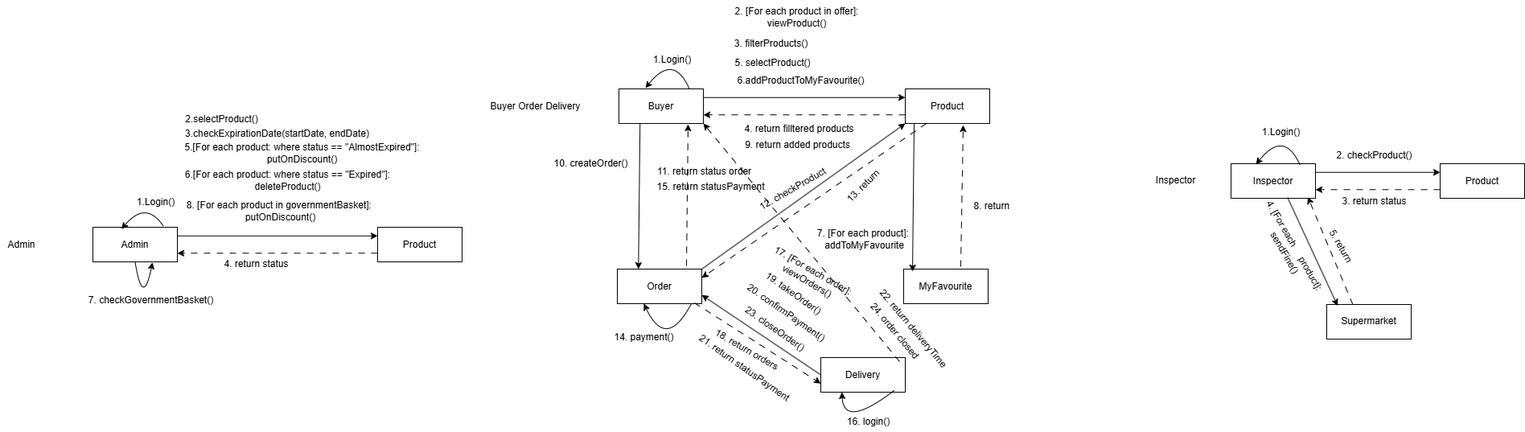
This is Seminarska/CollaborationDiagram.drawio.png from BorjanCFC/ADIS, a draw.io export, as it was before one commit. Source tidied: cells renumbered, new cells last; positions are measured from the earlier drawing's top-left corner, leaving out a move shared by most shapes.
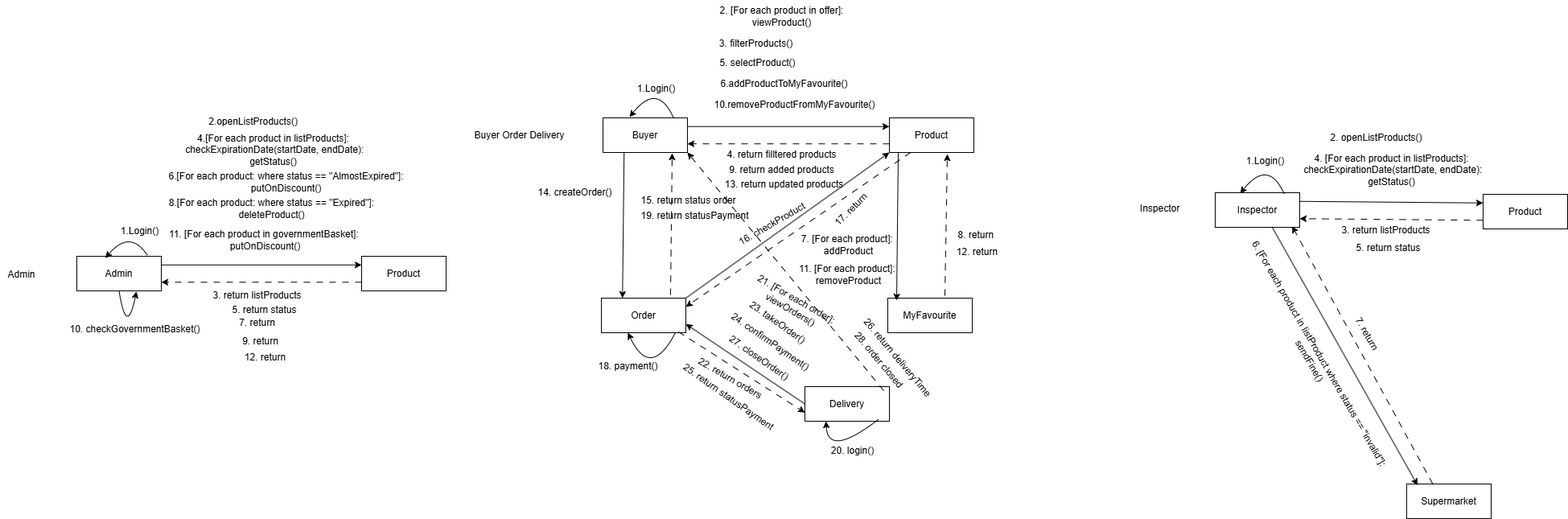
Above is the later version.

What changed in the source:
```diff
@@ -5,3 +5,3 @@
     <mxCell id="2" value="Admin" style="text;html=1;align=center;verticalAlign=middle;strokeColor=none;fillColor=none;" parent="1" vertex="1">
-      <mxGeometry y="290.5" width="52" height="26" as="geometry" />
+      <mxGeometry x="20" y="292" width="52" height="26" as="geometry" />
     </mxCell>
@@ -26,9 +26,9 @@
     </mxCell>
-    <mxCell id="8" value="2.selectProduct()" style="text;html=1;align=center;verticalAlign=middle;strokeColor=none;fillColor=none;" parent="1" vertex="1">
-      <mxGeometry x="220" y="135" width="109" height="26" as="geometry" />
+    <mxCell id="8" value="2.&lt;span style=&quot;color: rgb(0, 0, 0);&quot;&gt;openListProducts()&lt;/span&gt;" style="text;html=1;align=center;verticalAlign=middle;strokeColor=none;fillColor=none;" parent="1" vertex="1">
+      <mxGeometry x="269" y="102" width="129" height="26" as="geometry" />
     </mxCell>
-    <mxCell id="9" value="3.checkExpirationDate(startDate, endDate)" style="text;html=1;align=center;verticalAlign=middle;strokeColor=none;fillColor=none;" parent="1" vertex="1">
-      <mxGeometry x="220" y="153" width="247" height="26" as="geometry" />
+    <mxCell id="9" value="4.&lt;span style=&quot;color: rgb(0, 0, 0);&quot;&gt;[For each&amp;nbsp;&lt;/span&gt;&lt;span style=&quot;color: rgb(0, 0, 0);&quot;&gt;product in listProducts]:&lt;/span&gt;&lt;br&gt;&lt;span style=&quot;color: rgb(0, 0, 0);&quot;&gt;&amp;nbsp;&lt;/span&gt;&lt;span style=&quot;color: rgb(0, 0, 0);&quot;&gt;checkExpirationDate(startDate, endDate):&lt;/span&gt;&lt;div&gt;getStatus()&lt;/div&gt;" style="text;html=1;align=center;verticalAlign=middle;strokeColor=none;fillColor=none;" parent="1" vertex="1">
+      <mxGeometry x="237" y="122" width="243" height="55" as="geometry" />
     </mxCell>
-    <mxCell id="10" value="5.&lt;span style=&quot;color: rgb(0, 0, 0);&quot;&gt;[For each&amp;nbsp;&lt;/span&gt;&lt;span style=&quot;color: rgb(0, 0, 0);&quot;&gt;product: where status == &quot;AlmostExpired&quot;]:&lt;/span&gt;&lt;div&gt;&lt;span style=&quot;color: rgb(0, 0, 0);&quot;&gt;putOnDiscount()&lt;/span&gt;&lt;/div&gt;" style="text;html=1;align=center;verticalAlign=middle;strokeColor=none;fillColor=none;" parent="1" vertex="1">
+    <mxCell id="10" value="6.&lt;span style=&quot;color: rgb(0, 0, 0);&quot;&gt;[For each&amp;nbsp;&lt;/span&gt;&lt;span style=&quot;color: rgb(0, 0, 0);&quot;&gt;product: where status == &quot;AlmostExpired&quot;]:&lt;/span&gt;&lt;div&gt;&lt;span style=&quot;color: rgb(0, 0, 0);&quot;&gt;putOnDiscount()&lt;/span&gt;&lt;/div&gt;" style="text;html=1;align=center;verticalAlign=middle;strokeColor=none;fillColor=none;" parent="1" vertex="1">
       <mxGeometry x="220" y="169" width="310" height="41" as="geometry" />
@@ -38,6 +38,6 @@
     </mxCell>
-    <mxCell id="12" value="4. return status" style="text;html=1;align=center;verticalAlign=middle;strokeColor=none;fillColor=none;" parent="1" vertex="1">
-      <mxGeometry x="269" y="315" width="98" height="26" as="geometry" />
+    <mxCell id="12" value="5. return status" style="text;html=1;align=center;verticalAlign=middle;strokeColor=none;fillColor=none;" parent="1" vertex="1">
+      <mxGeometry x="298.5" y="336" width="98" height="26" as="geometry" />
     </mxCell>
-    <mxCell id="13" value="6.&lt;span style=&quot;color: rgb(0, 0, 0);&quot;&gt;[For each&amp;nbsp;&lt;/span&gt;&lt;span style=&quot;color: rgb(0, 0, 0);&quot;&gt;product: where status == &quot;Expired&quot;]:&lt;/span&gt;&lt;div&gt;&lt;span style=&quot;color: rgb(0, 0, 0);&quot;&gt;deleteProduct()&lt;/span&gt;&lt;/div&gt;" style="text;html=1;align=center;verticalAlign=middle;strokeColor=none;fillColor=none;" parent="1" vertex="1">
+    <mxCell id="13" value="8.&lt;span style=&quot;color: rgb(0, 0, 0);&quot;&gt;[For each&amp;nbsp;&lt;/span&gt;&lt;span style=&quot;color: rgb(0, 0, 0);&quot;&gt;product: where status == &quot;Expired&quot;]:&lt;/span&gt;&lt;div&gt;&lt;span style=&quot;color: rgb(0, 0, 0);&quot;&gt;deleteProduct()&lt;/span&gt;&lt;/div&gt;" style="text;html=1;align=center;verticalAlign=middle;strokeColor=none;fillColor=none;" parent="1" vertex="1">
       <mxGeometry x="220" y="203" width="273" height="41" as="geometry" />
@@ -51,7 +51,7 @@
     </mxCell>
-    <mxCell id="15" value="7. checkGovernmentBasket()" style="text;html=1;align=center;verticalAlign=middle;strokeColor=none;fillColor=none;" parent="1" vertex="1">
-      <mxGeometry x="100" y="360" width="173" height="26" as="geometry" />
+    <mxCell id="15" value="10. checkGovernmentBasket()" style="text;html=1;align=center;verticalAlign=middle;strokeColor=none;fillColor=none;" parent="1" vertex="1">
+      <mxGeometry x="97" y="360" width="180" height="26" as="geometry" />
     </mxCell>
-    <mxCell id="16" value="8.&amp;nbsp;&lt;span style=&quot;color: rgb(0, 0, 0);&quot;&gt;[For each&amp;nbsp;&lt;/span&gt;&lt;span style=&quot;color: rgb(0, 0, 0);&quot;&gt;product in governmentBasket]:&amp;nbsp;&lt;/span&gt;&lt;div&gt;&lt;span style=&quot;color: rgb(0, 0, 0);&quot;&gt;putOnDiscount()&lt;/span&gt;&lt;/div&gt;" style="text;html=1;align=center;verticalAlign=middle;strokeColor=none;fillColor=none;" parent="1" vertex="1">
-      <mxGeometry x="222" y="241" width="251" height="41" as="geometry" />
+    <mxCell id="16" value="11.&amp;nbsp;&lt;span style=&quot;color: rgb(0, 0, 0);&quot;&gt;[For each&amp;nbsp;&lt;/span&gt;&lt;span style=&quot;color: rgb(0, 0, 0);&quot;&gt;product in governmentBasket]:&amp;nbsp;&lt;/span&gt;&lt;div&gt;&lt;span style=&quot;color: rgb(0, 0, 0);&quot;&gt;putOnDiscount()&lt;/span&gt;&lt;/div&gt;" style="text;html=1;align=center;verticalAlign=middle;strokeColor=none;fillColor=none;" parent="1" vertex="1">
+      <mxGeometry x="220" y="241" width="257" height="41" as="geometry" />
     </mxCell>
@@ -84,6 +84,6 @@
     <mxCell id="24" value="2. [For each product in offer]:&lt;div&gt;viewProduct()&lt;/div&gt;" style="text;html=1;align=center;verticalAlign=middle;strokeColor=none;fillColor=none;" parent="1" vertex="1">
-      <mxGeometry x="903.5" width="172" height="41" as="geometry" />
+      <mxGeometry x="904.5" y="-36" width="172" height="41" as="geometry" />
     </mxCell>
     <mxCell id="25" value="3. filterProducts()" style="text;html=1;align=center;verticalAlign=middle;strokeColor=none;fillColor=none;" parent="1" vertex="1">
-      <mxGeometry x="903.5" y="41" width="109" height="26" as="geometry" />
+      <mxGeometry x="904.5" y="5" width="109" height="26" as="geometry" />
     </mxCell>
@@ -93,6 +93,6 @@
     <mxCell id="27" value="4. return filltered products" style="text;html=1;align=center;verticalAlign=middle;strokeColor=none;fillColor=none;" parent="1" vertex="1">
-      <mxGeometry x="916" y="147" width="154" height="26" as="geometry" />
+      <mxGeometry x="913.5" y="143" width="154" height="26" as="geometry" />
     </mxCell>
     <mxCell id="28" value="5. selectProduct()" style="text;html=1;align=center;verticalAlign=middle;strokeColor=none;fillColor=none;" parent="1" vertex="1">
-      <mxGeometry x="903.5" y="65" width="112" height="26" as="geometry" />
+      <mxGeometry x="904.5" y="29" width="112" height="26" as="geometry" />
     </mxCell>
@@ -102,3 +102,3 @@
     <mxCell id="30" value="6.addProductToMyFavourite()" style="text;html=1;align=center;verticalAlign=middle;strokeColor=none;fillColor=none;" parent="1" vertex="1">
-      <mxGeometry x="906.5" y="87" width="176" height="26" as="geometry" />
+      <mxGeometry x="906.5" y="55" width="176" height="26" as="geometry" />
     </mxCell>
@@ -107,4 +107,4 @@
     </mxCell>
-    <mxCell id="32" value="7. [For each product]:&amp;nbsp;&lt;div&gt;addToMyFavourite&lt;/div&gt;" style="text;html=1;align=center;verticalAlign=middle;strokeColor=none;fillColor=none;" parent="1" vertex="1">
-      <mxGeometry x="1006" y="276" width="135" height="41" as="geometry" />
+    <mxCell id="32" value="7. [For each product]:&amp;nbsp;&lt;div&gt;addProduct&lt;/div&gt;" style="text;html=1;align=center;verticalAlign=middle;strokeColor=none;fillColor=none;" parent="1" vertex="1">
+      <mxGeometry x="1006.5" y="248" width="135" height="41" as="geometry" />
     </mxCell>
@@ -120,3 +120,3 @@
     <mxCell id="36" value="9. return added products" style="text;html=1;align=center;verticalAlign=middle;strokeColor=none;fillColor=none;" parent="1" vertex="1">
-      <mxGeometry x="916" y="167" width="149" height="26" as="geometry" />
+      <mxGeometry x="916" y="162" width="149" height="26" as="geometry" />
     </mxCell>
@@ -125,3 +125,3 @@
     </mxCell>
-    <mxCell id="38" value="10. createOrder()" style="text;html=1;align=center;verticalAlign=middle;strokeColor=none;fillColor=none;" parent="1" vertex="1">
+    <mxCell id="38" value="14. createOrder()" style="text;html=1;align=center;verticalAlign=middle;strokeColor=none;fillColor=none;" parent="1" vertex="1">
       <mxGeometry x="679" y="190" width="110" height="26" as="geometry" />
@@ -131,4 +131,4 @@
     </mxCell>
-    <mxCell id="40" value="11. return status order" style="text;html=1;align=center;verticalAlign=middle;strokeColor=none;fillColor=none;rotation=0;" parent="1" vertex="1">
-      <mxGeometry x="807" y="200" width="135" height="26" as="geometry" />
+    <mxCell id="40" value="15. return status order" style="text;html=1;align=center;verticalAlign=middle;strokeColor=none;fillColor=none;rotation=0;" parent="1" vertex="1">
+      <mxGeometry x="807" y="200" width="136" height="26" as="geometry" />
     </mxCell>
@@ -137,4 +137,4 @@
     </mxCell>
-    <mxCell id="42" value="12. checkProduct" style="text;html=1;align=center;verticalAlign=middle;strokeColor=none;fillColor=none;rotation=-30;" parent="1" vertex="1">
-      <mxGeometry x="929" y="222" width="111" height="26" as="geometry" />
+    <mxCell id="42" value="16. checkProduct" style="text;html=1;align=center;verticalAlign=middle;strokeColor=none;fillColor=none;rotation=-30;" parent="1" vertex="1">
+      <mxGeometry x="924" y="229" width="111" height="26" as="geometry" />
     </mxCell>
@@ -143,4 +143,4 @@
     </mxCell>
-    <mxCell id="44" value="13. return&amp;nbsp;" style="text;html=1;align=center;verticalAlign=middle;strokeColor=none;fillColor=none;rotation=-45;" parent="1" vertex="1">
-      <mxGeometry x="1037.5" y="217" width="73" height="26" as="geometry" />
+    <mxCell id="44" value="17. return&amp;nbsp;" style="text;html=1;align=center;verticalAlign=middle;strokeColor=none;fillColor=none;rotation=-45;" parent="1" vertex="1">
+      <mxGeometry x="1042.5" y="210.5" width="73" height="26" as="geometry" />
     </mxCell>
@@ -153,6 +153,6 @@
     </mxCell>
-    <mxCell id="46" value="14. payment()" style="text;html=1;align=center;verticalAlign=middle;strokeColor=none;fillColor=none;" parent="1" vertex="1">
+    <mxCell id="46" value="18. payment()" style="text;html=1;align=center;verticalAlign=middle;strokeColor=none;fillColor=none;" parent="1" vertex="1">
       <mxGeometry x="754" y="406" width="92" height="26" as="geometry" />
     </mxCell>
-    <mxCell id="47" value="15. return statusPayment" style="text;html=1;align=center;verticalAlign=middle;strokeColor=none;fillColor=none;" parent="1" vertex="1">
+    <mxCell id="47" value="19. return statusPayment" style="text;html=1;align=center;verticalAlign=middle;strokeColor=none;fillColor=none;" parent="1" vertex="1">
       <mxGeometry x="807" y="219" width="152" height="26" as="geometry" />
@@ -166,3 +166,3 @@
     </mxCell>
-    <mxCell id="49" value="16. login()" style="text;html=1;align=center;verticalAlign=middle;strokeColor=none;fillColor=none;" parent="1" vertex="1">
+    <mxCell id="49" value="20. login()" style="text;html=1;align=center;verticalAlign=middle;strokeColor=none;fillColor=none;" parent="1" vertex="1">
       <mxGeometry x="1043" y="511" width="71" height="26" as="geometry" />
@@ -172,3 +172,3 @@
     </mxCell>
-    <mxCell id="51" value="17.&amp;nbsp;&lt;span style=&quot;color: rgb(0, 0, 0);&quot;&gt;[For each order]:&lt;/span&gt;&lt;div&gt;viewOrders()&lt;/div&gt;" style="text;html=1;align=center;verticalAlign=middle;strokeColor=none;fillColor=none;rotation=30;" parent="1" vertex="1">
+    <mxCell id="51" value="21.&amp;nbsp;&lt;span style=&quot;color: rgb(0, 0, 0);&quot;&gt;[For each order]:&lt;/span&gt;&lt;div&gt;viewOrders()&lt;/div&gt;" style="text;html=1;align=center;verticalAlign=middle;strokeColor=none;fillColor=none;rotation=30;" parent="1" vertex="1">
       <mxGeometry x="943" y="321" width="127" height="41" as="geometry" />
@@ -178,15 +178,15 @@
     </mxCell>
-    <mxCell id="53" value="18. return orders" style="text;html=1;align=center;verticalAlign=middle;strokeColor=none;fillColor=none;rotation=30;" parent="1" vertex="1">
+    <mxCell id="53" value="22. return orders" style="text;html=1;align=center;verticalAlign=middle;strokeColor=none;fillColor=none;rotation=30;" parent="1" vertex="1">
       <mxGeometry x="874" y="421" width="107" height="26" as="geometry" />
     </mxCell>
-    <mxCell id="54" value="19. takeOrder()" style="text;html=1;align=center;verticalAlign=middle;strokeColor=none;fillColor=none;rotation=35;" parent="1" vertex="1">
+    <mxCell id="54" value="23. takeOrder()" style="text;html=1;align=center;verticalAlign=middle;strokeColor=none;fillColor=none;rotation=35;" parent="1" vertex="1">
       <mxGeometry x="936" y="351" width="99" height="26" as="geometry" />
     </mxCell>
-    <mxCell id="55" value="20. confirmPayment()" style="text;html=1;align=center;verticalAlign=middle;strokeColor=none;fillColor=none;rotation=35;" parent="1" vertex="1">
+    <mxCell id="55" value="24. confirmPayment()" style="text;html=1;align=center;verticalAlign=middle;strokeColor=none;fillColor=none;rotation=35;" parent="1" vertex="1">
       <mxGeometry x="910" y="375" width="133" height="26" as="geometry" />
     </mxCell>
-    <mxCell id="56" value="21. return statusPayment" style="text;html=1;align=center;verticalAlign=middle;strokeColor=none;fillColor=none;rotation=35;" parent="1" vertex="1">
+    <mxCell id="56" value="25. return statusPayment" style="text;html=1;align=center;verticalAlign=middle;strokeColor=none;fillColor=none;rotation=35;" parent="1" vertex="1">
       <mxGeometry x="849" y="444" width="152" height="26" as="geometry" />
     </mxCell>
-    <mxCell id="57" value="&lt;span style=&quot;color: rgb(0, 0, 0);&quot;&gt;22. return deliveryTime&lt;/span&gt;" style="text;html=1;align=center;verticalAlign=middle;strokeColor=none;fillColor=none;rotation=50;" parent="1" vertex="1">
+    <mxCell id="57" value="&lt;span style=&quot;color: rgb(0, 0, 0);&quot;&gt;26. return deliveryTime&lt;/span&gt;" style="text;html=1;align=center;verticalAlign=middle;strokeColor=none;fillColor=none;rotation=50;" parent="1" vertex="1">
       <mxGeometry x="1065" y="395" width="140" height="26" as="geometry" />
@@ -196,6 +196,6 @@
     </mxCell>
-    <mxCell id="59" value="23. closeOrder()" style="text;html=1;align=center;verticalAlign=middle;strokeColor=none;fillColor=none;rotation=35;" parent="1" vertex="1">
+    <mxCell id="59" value="27. closeOrder()" style="text;html=1;align=center;verticalAlign=middle;strokeColor=none;fillColor=none;rotation=35;" parent="1" vertex="1">
       <mxGeometry x="910" y="395" width="105" height="26" as="geometry" />
     </mxCell>
-    <mxCell id="60" value="&lt;span style=&quot;color: rgb(0, 0, 0);&quot;&gt;24. order closed&lt;/span&gt;" style="text;html=1;align=center;verticalAlign=middle;strokeColor=none;fillColor=none;rotation=50;" parent="1" vertex="1">
+    <mxCell id="60" value="&lt;span style=&quot;color: rgb(0, 0, 0);&quot;&gt;28. order closed&lt;/span&gt;" style="text;html=1;align=center;verticalAlign=middle;strokeColor=none;fillColor=none;rotation=50;" parent="1" vertex="1">
       <mxGeometry x="1060" y="398" width="104" height="26" as="geometry" />
@@ -209,6 +209,6 @@
     <mxCell id="63" value="Product" style="rounded=0;whiteSpace=wrap;html=1;" parent="1" vertex="1">
-      <mxGeometry x="1790" y="203" width="105" height="43" as="geometry" />
+      <mxGeometry x="1863" y="205" width="105" height="43" as="geometry" />
     </mxCell>
     <mxCell id="64" value="Supermarket" style="rounded=0;whiteSpace=wrap;html=1;" parent="1" vertex="1">
-      <mxGeometry x="1649" y="378" width="105" height="43" as="geometry" />
+      <mxGeometry x="1768" y="565" width="105" height="43" as="geometry" />
     </mxCell>
@@ -229,4 +229,4 @@
     </mxCell>
-    <mxCell id="68" value="2. checkProduct()" style="text;html=1;align=center;verticalAlign=middle;strokeColor=none;fillColor=none;" parent="1" vertex="1">
-      <mxGeometry x="1651.5" y="180" width="112" height="26" as="geometry" />
+    <mxCell id="68" value="2. openListProducts()" style="text;html=1;align=center;verticalAlign=middle;strokeColor=none;fillColor=none;" parent="1" vertex="1">
+      <mxGeometry x="1664" y="121.5" width="132" height="26" as="geometry" />
     </mxCell>
@@ -235,4 +235,4 @@
     </mxCell>
-    <mxCell id="70" value="3. return status" style="text;html=1;align=center;verticalAlign=middle;strokeColor=none;fillColor=none;" parent="1" vertex="1">
-      <mxGeometry x="1658.5" y="237" width="98" height="26" as="geometry" />
+    <mxCell id="70" value="3. return listProducts" style="text;html=1;align=center;verticalAlign=middle;strokeColor=none;fillColor=none;" parent="1" vertex="1">
+      <mxGeometry x="1678" y="236.5" width="128" height="26" as="geometry" />
     </mxCell>
@@ -241,4 +241,4 @@
     </mxCell>
-    <mxCell id="72" value="&lt;span style=&quot;color: rgb(0, 0, 0);&quot;&gt;4. [For each&lt;/span&gt;&lt;span style=&quot;white-space-collapse: preserve;&quot;&gt;&#9;&lt;/span&gt;&lt;span style=&quot;color: rgb(0, 0, 0);&quot;&gt;product]:&amp;nbsp;&lt;/span&gt;&lt;div&gt;sendFine()&lt;/div&gt;" style="text;html=1;align=center;verticalAlign=middle;strokeColor=none;fillColor=none;rotation=60;" parent="1" vertex="1">
-      <mxGeometry x="1530" y="289" width="148" height="41" as="geometry" />
+    <mxCell id="72" value="&lt;span style=&quot;color: rgb(0, 0, 0);&quot;&gt;6. [For each&amp;nbsp;&lt;/span&gt;&lt;span style=&quot;color: rgb(0, 0, 0);&quot;&gt;product in listProduct where status == &quot;invalid&quot;]:&amp;nbsp;&lt;/span&gt;&lt;div&gt;sendFine()&lt;/div&gt;" style="text;html=1;align=center;verticalAlign=middle;strokeColor=none;fillColor=none;rotation=60;" parent="1" vertex="1">
+      <mxGeometry x="1483" y="387.5" width="342" height="41" as="geometry" />
     </mxCell>
@@ -247,5 +247,35 @@
     </mxCell>
-    <mxCell id="74" value="5. return" style="text;html=1;align=center;verticalAlign=middle;strokeColor=none;fillColor=none;rotation=60;" parent="1" vertex="1">
-      <mxGeometry x="1635" y="292" width="63" height="26" as="geometry" />
+    <mxCell id="74" value="7. return" style="text;html=1;align=center;verticalAlign=middle;strokeColor=none;fillColor=none;rotation=60;" parent="1" vertex="1">
+      <mxGeometry x="1687" y="365" width="63" height="26" as="geometry" />
     </mxCell>
+    <mxCell id="75" value="10.removeProductFromMyFavourite()" style="text;html=1;align=center;verticalAlign=middle;strokeColor=none;fillColor=none;" parent="1" vertex="1">
+      <mxGeometry x="897.5" y="81" width="218" height="26" as="geometry" />
+    </mxCell>
+    <mxCell id="76" value="11. [For each product]:&amp;nbsp;&lt;div&gt;removeProduct&lt;/div&gt;" style="text;html=1;align=center;verticalAlign=middle;strokeColor=none;fillColor=none;" parent="1" vertex="1">
+      <mxGeometry x="1003.5" y="284.5" width="141" height="41" as="geometry" />
+    </mxCell>
+    <mxCell id="77" value="13. return updated products" style="text;html=1;align=center;verticalAlign=middle;strokeColor=none;fillColor=none;" parent="1" vertex="1">
+      <mxGeometry x="911.5" y="180" width="165" height="26" as="geometry" />
+    </mxCell>
+    <mxCell id="78" value="12. return" style="text;html=1;align=center;verticalAlign=middle;strokeColor=none;fillColor=none;" parent="1" vertex="1">
+      <mxGeometry x="1199.5" y="264" width="69" height="26" as="geometry" />
+    </mxCell>
+    <mxCell id="79" value="3. return listProducts" style="text;html=1;align=center;verticalAlign=middle;strokeColor=none;fillColor=none;" parent="1" vertex="1">
+      <mxGeometry x="275" y="318" width="128" height="26" as="geometry" />
+    </mxCell>
+    <mxCell id="80" value="7. return" style="text;html=1;align=center;verticalAlign=middle;strokeColor=none;fillColor=none;" parent="1" vertex="1">
+      <mxGeometry x="307" y="352" width="63" height="26" as="geometry" />
+    </mxCell>
+    <mxCell id="81" value="9. return" style="text;html=1;align=center;verticalAlign=middle;strokeColor=none;fillColor=none;" parent="1" vertex="1">
+      <mxGeometry x="311" y="375" width="63" height="26" as="geometry" />
+    </mxCell>
+    <mxCell id="82" value="12. return" style="text;html=1;align=center;verticalAlign=middle;strokeColor=none;fillColor=none;" parent="1" vertex="1">
+      <mxGeometry x="314" y="395" width="69" height="26" as="geometry" />
+    </mxCell>
+    <mxCell id="83" value="4.&amp;nbsp;&lt;span style=&quot;color: rgb(0, 0, 0);&quot;&gt;[For each&amp;nbsp;&lt;/span&gt;&lt;span style=&quot;color: rgb(0, 0, 0);&quot;&gt;product in listProducts]:&lt;/span&gt;&lt;br&gt;&lt;span style=&quot;color: rgb(0, 0, 0);&quot;&gt;&amp;nbsp;&lt;/span&gt;&lt;span style=&quot;color: rgb(0, 0, 0);&quot;&gt;checkExpirationDate(startDate, endDate):&lt;/span&gt;&lt;div&gt;getStatus()&lt;/div&gt;" style="text;html=1;align=center;verticalAlign=middle;strokeColor=none;fillColor=none;" parent="1" vertex="1">
+      <mxGeometry x="1627" y="147.5" width="243" height="55" as="geometry" />
+    </mxCell>
+    <mxCell id="84" value="5. return status" style="text;html=1;align=center;verticalAlign=middle;strokeColor=none;fillColor=none;" parent="1" vertex="1">
+      <mxGeometry x="1696" y="258.5" width="98" height="26" as="geometry" />
+    </mxCell>
   </root>
```
